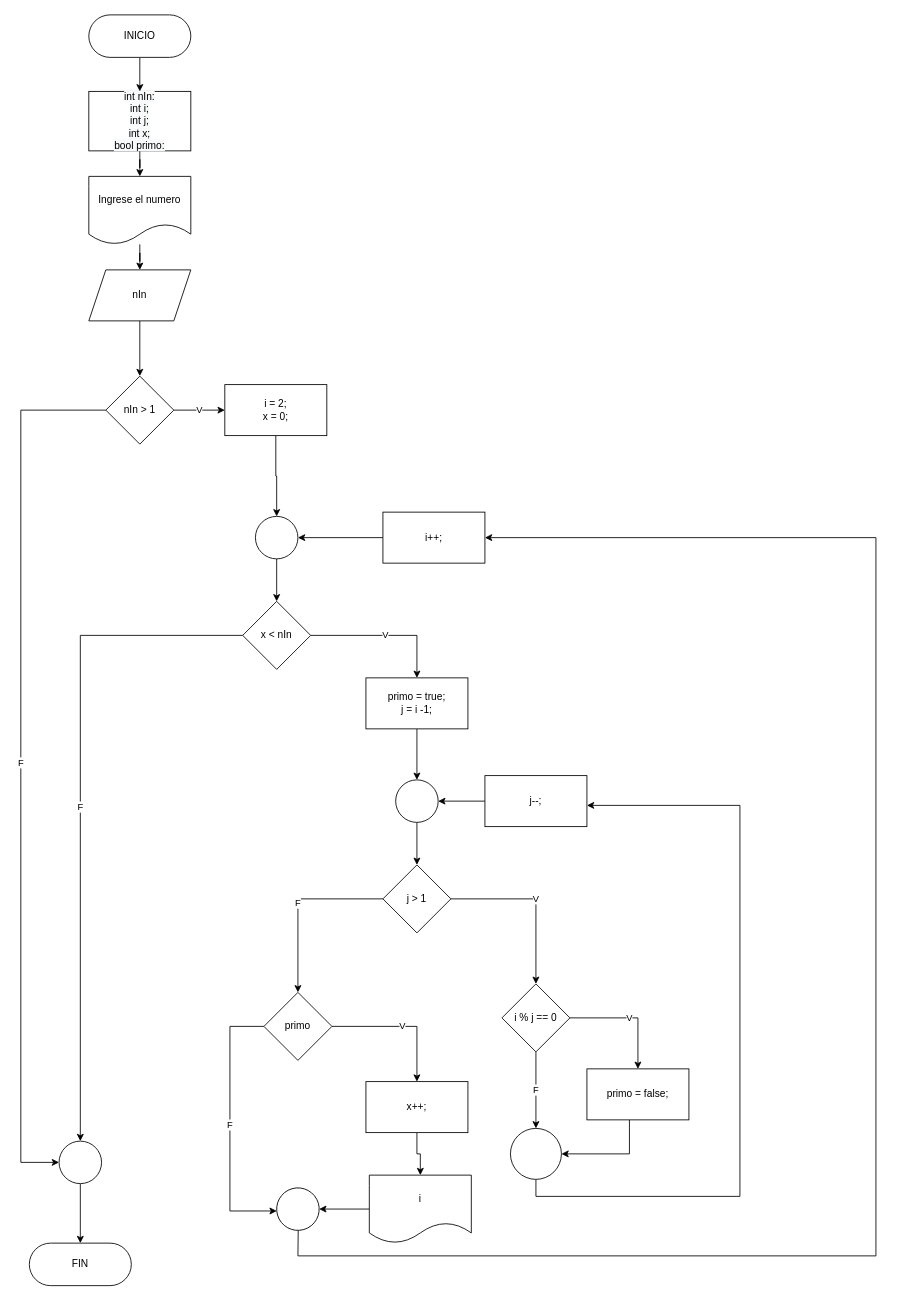
This is Trabajo Práctico Número 1 - Algoritmos y DF/Diagramas/Ejercicio 10.drawio from Fran2109/Algoritmos_y_Estructuras_de_Datos, a draw.io file, before an edit. Source tidied: cells renumbered, new cells numbered last; positions are measured from the earlier drawing's top-left corner, leaving out a move shared by most shapes. Both pictures are drawn from the tidied source at 85%, with x=0, y=0 at pixel (20, 14).
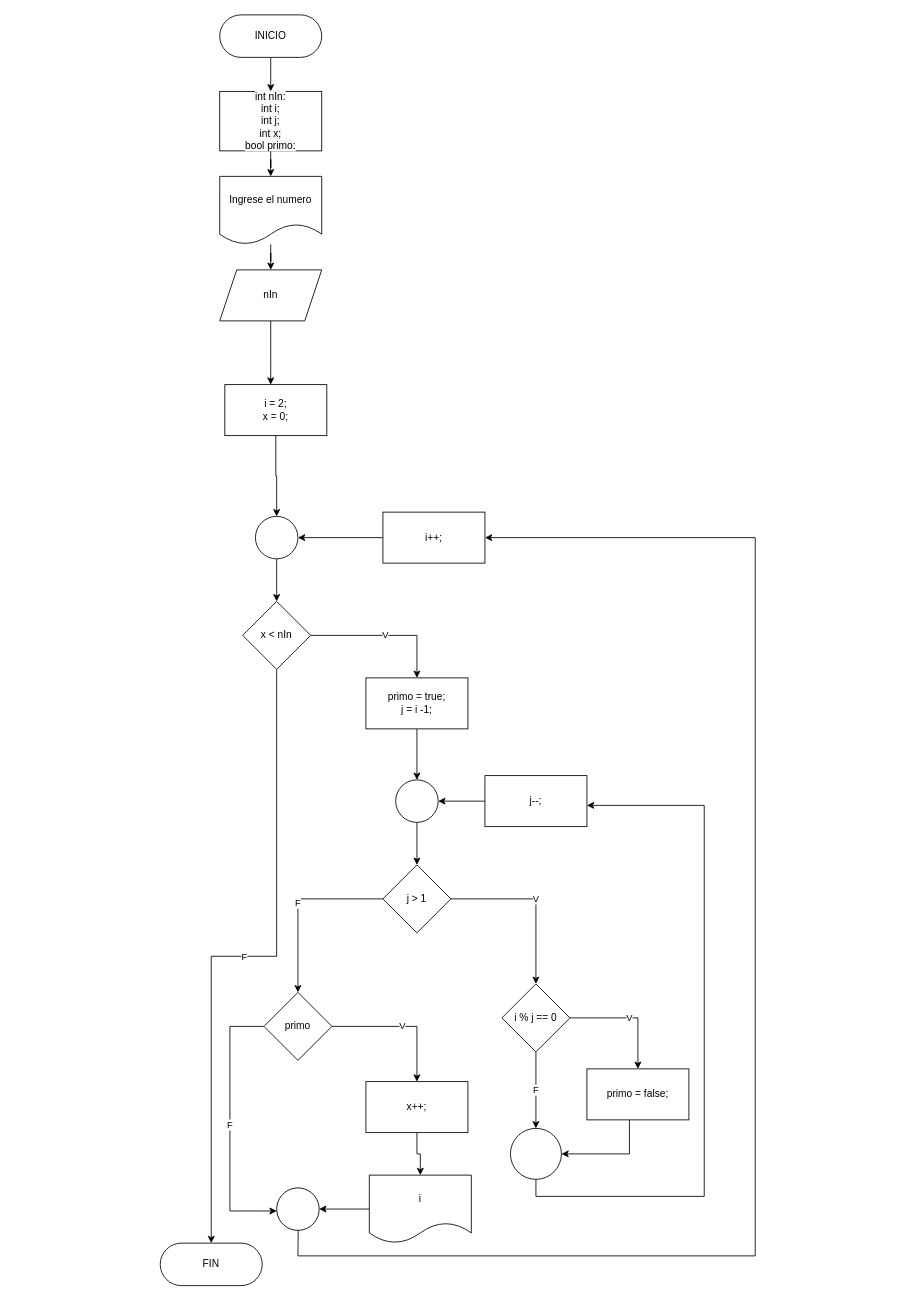
After the change.

Unchanged cells that the change refers to:
```xml
<mxCell id="14" value="i = 2;&lt;br&gt;x = 0;" style="whiteSpace=wrap;html=1;" parent="1" vertex="1">
  <mxGeometry x="240" y="435" width="120" height="60" as="geometry" />
</mxCell>
<mxCell id="19" value="x &amp;lt; nIn" style="rhombus;whiteSpace=wrap;html=1;" parent="1" vertex="1">
  <mxGeometry x="261" y="690" width="80" height="80" as="geometry" />
</mxCell>
<mxCell id="21" value="i++;" style="rounded=0;whiteSpace=wrap;html=1;" parent="1" vertex="1">
  <mxGeometry x="426" y="585" width="120" height="60" as="geometry" />
</mxCell>
<mxCell id="37" style="ellipse;whiteSpace=wrap;html=1;" parent="1" vertex="1">
  <mxGeometry x="576" y="1310" width="60" height="60" as="geometry" />
</mxCell>
<mxCell id="44" style="ellipse;whiteSpace=wrap;html=1;rotation=-5;" parent="1" vertex="1">
  <mxGeometry x="301" y="1380" width="50" height="50" as="geometry" />
</mxCell>
```

Diff of the diagram source:
```diff
@@
     <mxCell id="3" value="INICIO" style="rounded=1;whiteSpace=wrap;html=1;arcSize=50;" parent="1" vertex="1">
-      <mxGeometry x="80" width="120" height="50" as="geometry" />
+      <mxGeometry x="234" width="120" height="50" as="geometry" />
     </mxCell>
@@
     <mxCell id="5" value="Ingrese el numero" style="shape=document;whiteSpace=wrap;html=1;boundedLbl=1;" parent="1" vertex="1">
-      <mxGeometry x="80" y="190" width="120" height="80" as="geometry" />
+      <mxGeometry x="234" y="190" width="120" height="80" as="geometry" />
     </mxCell>
@@
     <mxCell id="7" value="&lt;span style=&quot;color: rgb(0, 0, 0); font-family: Helvetica; font-size: 12px; font-style: normal; font-variant-ligatures: normal; font-variant-caps: normal; font-weight: 400; letter-spacing: normal; orphans: 2; text-align: center; text-indent: 0px; text-transform: none; widows: 2; word-spacing: 0px; -webkit-text-stroke-width: 0px; background-color: rgb(248, 249, 250); text-decoration-thickness: initial; text-decoration-style: initial; text-decoration-color: initial; float: none; display: inline !important;&quot;&gt;int nIn:&lt;/span&gt;&lt;br style=&quot;color: rgb(0, 0, 0); font-family: Helvetica; font-size: 12px; font-style: normal; font-variant-ligatures: normal; font-variant-caps: normal; font-weight: 400; letter-spacing: normal; orphans: 2; text-align: center; text-indent: 0px; text-transform: none; widows: 2; word-spacing: 0px; -webkit-text-stroke-width: 0px; background-color: rgb(248, 249, 250); text-decoration-thickness: initial; text-decoration-style: initial; text-decoration-color: initial;&quot;&gt;&lt;span style=&quot;color: rgb(0, 0, 0); font-family: Helvetica; font-size: 12px; font-style: normal; font-variant-ligatures: normal; font-variant-caps: normal; font-weight: 400; letter-spacing: normal; orphans: 2; text-align: center; text-indent: 0px; text-transform: none; widows: 2; word-spacing: 0px; -webkit-text-stroke-width: 0px; background-color: rgb(248, 249, 250); text-decoration-thickness: initial; text-decoration-style: initial; text-decoration-color: initial; float: none; display: inline !important;&quot;&gt;int i;&lt;/span&gt;&lt;span style=&quot;color: rgb(0, 0, 0); font-family: Helvetica; font-size: 12px; font-style: normal; font-variant-ligatures: normal; font-variant-caps: normal; font-weight: 400; letter-spacing: normal; orphans: 2; text-align: center; text-indent: 0px; text-transform: none; widows: 2; word-spacing: 0px; -webkit-text-stroke-width: 0px; background-color: rgb(248, 249, 250); text-decoration-thickness: initial; text-decoration-style: initial; text-decoration-color: initial; float: none; display: inline !important;&quot;&gt;&lt;br&gt;int j;&lt;br&gt;int x;&lt;br&gt;bool primo:&lt;br&gt;&lt;/span&gt;" style="rounded=0;whiteSpace=wrap;html=1;" parent="1" vertex="1">
-      <mxGeometry x="80" y="90" width="120" height="70" as="geometry" />
+      <mxGeometry x="234" y="90" width="120" height="70" as="geometry" />
     </mxCell>
-    <mxCell id="8" style="edgeStyle=orthogonalEdgeStyle;rounded=0;jettySize=auto;html=1;entryX=0.5;entryY=0;entryDx=0;entryDy=0;" parent="1" edge="1" source="9" target="12">
-      <mxGeometry relative="1" as="geometry" />
+    <mxCell id="8" style="edgeStyle=orthogonalEdgeStyle;rounded=0;jettySize=auto;html=1;" parent="1" edge="1" source="9" target="14">
+      <mxGeometry relative="1" as="geometry">
+        <Array as="points">
+          <mxPoint x="294" y="415" />
+          <mxPoint x="294" y="415" />
+        </Array>
+      </mxGeometry>
     </mxCell>
     <mxCell id="9" value="nIn" style="shape=parallelogram;perimeter=parallelogramPerimeter;whiteSpace=wrap;html=1;fixedSize=1;" parent="1" vertex="1">
-      <mxGeometry x="80" y="300" width="120" height="60" as="geometry" />
+      <mxGeometry x="234" y="300" width="120" height="60" as="geometry" />
     </mxCell>
-    <mxCell id="10" value="V" style="edgeStyle=orthogonalEdgeStyle;rounded=0;jettySize=auto;html=1;" parent="1" edge="1" source="12" target="14">
-      <mxGeometry relative="1" as="geometry" />
-    </mxCell>
-    <mxCell id="11" value="F" style="edgeStyle=orthogonalEdgeStyle;rounded=0;jettySize=auto;html=1;entryX=0;entryY=0.5;entryDx=0;entryDy=0;" parent="1" edge="1" source="12" target="47">
-      <mxGeometry relative="1" as="geometry">
-        <Array as="points">
-          <mxPoint y="465" />
-          <mxPoint y="1350" />
-        </Array>
-      </mxGeometry>
-    </mxCell>
-    <mxCell id="12" value="nIn &amp;gt; 1" style="rhombus;whiteSpace=wrap;html=1;" parent="1" vertex="1">
-      <mxGeometry x="100" y="425" width="80" height="80" as="geometry" />
-    </mxCell>
@@
-    <mxCell id="18" value="F" style="edgeStyle=orthogonalEdgeStyle;rounded=0;jettySize=auto;html=1;entryX=0.5;entryY=0;entryDx=0;entryDy=0;" parent="1" edge="1" source="19" target="47">
+    <mxCell id="18" value="F" style="edgeStyle=orthogonalEdgeStyle;rounded=0;jettySize=auto;html=1;entryX=0.5;entryY=0;entryDx=0;entryDy=0;" parent="1" edge="1" source="19" target="45">
       <mxGeometry relative="1" as="geometry" />
     </mxCell>
@@
     <mxCell id="36" style="edgeStyle=orthogonalEdgeStyle;rounded=0;jettySize=auto;html=1;" parent="1" edge="1" source="37">
       <mxGeometry relative="1" as="geometry">
         <mxPoint x="666" y="930" as="targetPoint" />
         <Array as="points">
           <mxPoint x="606" y="1390" />
-          <mxPoint x="846" y="1390" />
-          <mxPoint x="846" y="930" />
-          <mxPoint x="666" y="930" />
+          <mxPoint x="804" y="1390" />
+          <mxPoint x="804" y="930" />
         </Array>
       </mxGeometry>
     </mxCell>
@@
     <mxCell id="43" style="edgeStyle=orthogonalEdgeStyle;rounded=0;jettySize=auto;html=1;entryX=1;entryY=0.5;entryDx=0;entryDy=0;" parent="1" edge="1" source="44" target="21">
       <mxGeometry relative="1" as="geometry">
         <Array as="points">
           <mxPoint x="326" y="1460" />
-          <mxPoint x="1006" y="1460" />
-          <mxPoint x="1006" y="615" />
+          <mxPoint x="864" y="1460" />
+          <mxPoint x="864" y="615" />
         </Array>
       </mxGeometry>
     </mxCell>
@@
     <mxCell id="45" value="FIN" style="rounded=1;whiteSpace=wrap;html=1;arcSize=50;" parent="1" vertex="1">
-      <mxGeometry x="10" y="1445" width="120" height="50" as="geometry" />
+      <mxGeometry x="164" y="1445" width="120" height="50" as="geometry" />
     </mxCell>
-    <mxCell id="46" style="edgeStyle=orthogonalEdgeStyle;rounded=0;jettySize=auto;html=1;" parent="1" edge="1" source="47" target="45">
-      <mxGeometry relative="1" as="geometry" />
-    </mxCell>
-    <mxCell id="47" style="ellipse;whiteSpace=wrap;html=1;" parent="1" vertex="1">
-      <mxGeometry x="45" y="1325" width="50" height="50" as="geometry" />
-    </mxCell>
```
